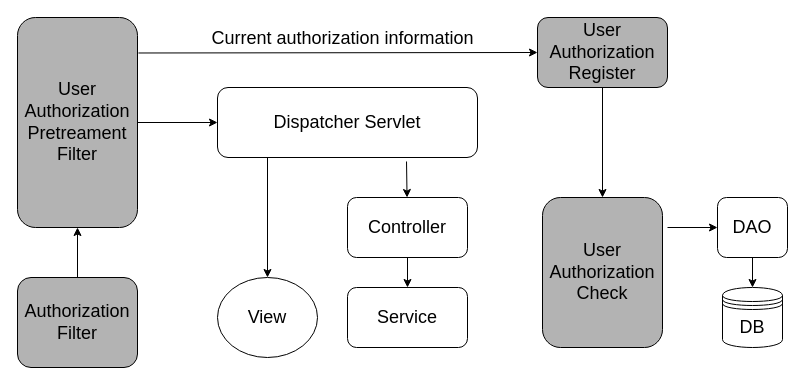
Before: page "数据权限控制流程" (22 of 31) of wbooking docs/进区预约系统.drawio in sxc-one/e-conitl, a draw.io diagram. Source tidied: cells renumbered, new cells numbered last; positions are measured from the earlier drawing's top-left corner, leaving out a move shared by most shapes. Both pictures are drawn from the tidied source at 100%, with x=0, y=0 at pixel (17, 17).
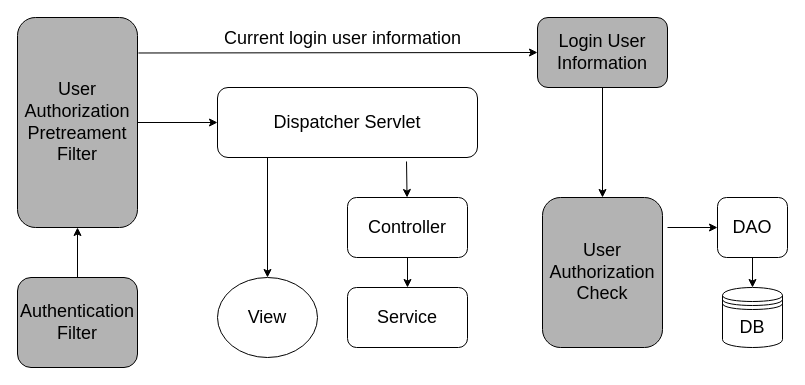
Above is the later version.

Commit message:
更新进区预约系统.drawio

The change refers to these unchanged cells:
```xml
<mxCell id="15" style="endArrow=classic;html=1;rounded=0;fontSize=18;entryX=0;entryY=0.5;entryDx=0;entryDy=0;exitX=1.008;exitY=0.169;exitDx=0;exitDy=0;exitPerimeter=0;" parent="1" edge="1" source="5" target="14">
  <mxGeometry relative="1" as="geometry" />
</mxCell>
```

Diff of the diagram source:
```diff
@@
-    <mxCell id="3" value="Authorization&lt;br&gt;Filter" style="rounded=1;whiteSpace=wrap;html=1;fontSize=18;fillColor=#B3B3B3;" parent="1" vertex="1">
+    <mxCell id="3" value="Authentication&lt;br&gt;Filter" style="rounded=1;whiteSpace=wrap;html=1;fontSize=18;fillColor=#B3B3B3;" parent="1" vertex="1">
       <mxGeometry y="260" width="120" height="90" as="geometry" />
     </mxCell>
@@
-    <mxCell id="14" value="User Authorization Register" style="rounded=1;whiteSpace=wrap;html=1;fontSize=18;fillColor=#B3B3B3;" parent="1" vertex="1">
+    <mxCell id="14" value="Login User Information" style="rounded=1;whiteSpace=wrap;html=1;fontSize=18;fillColor=#B3B3B3;" parent="1" vertex="1">
       <mxGeometry x="520" width="130" height="70" as="geometry" />
     </mxCell>
@@
-    <mxCell id="16" value="Current authorization information" style="edgeLabel;html=1;align=center;verticalAlign=middle;fontSize=18;" parent="15" vertex="1">
+    <mxCell id="16" value="Current login user information" style="edgeLabel;html=1;align=center;verticalAlign=middle;fontSize=18;" parent="15" vertex="1">
       <mxGeometry x="-0.2" y="1" relative="1" as="geometry">
         <mxPoint x="44" y="-14" as="offset" />
       </mxGeometry>
     </mxCell>
```
